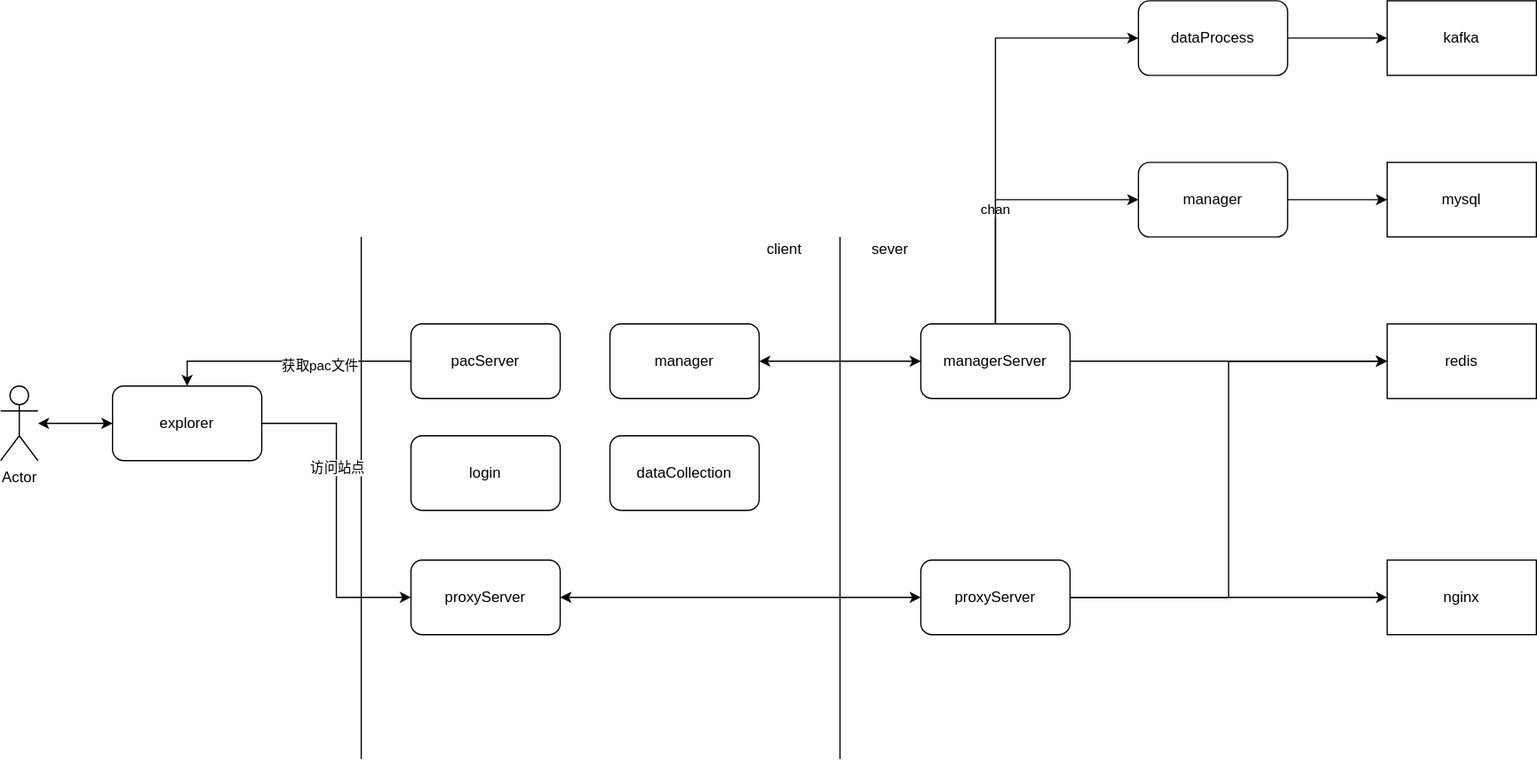
This is tc_逻辑架构.svg from c17abab/diag_pics, a draw.io export, as it was before one commit. Source tidied: cells renumbered, new cells last; positions are measured from the earlier drawing's top-left corner, leaving out a move shared by most shapes.
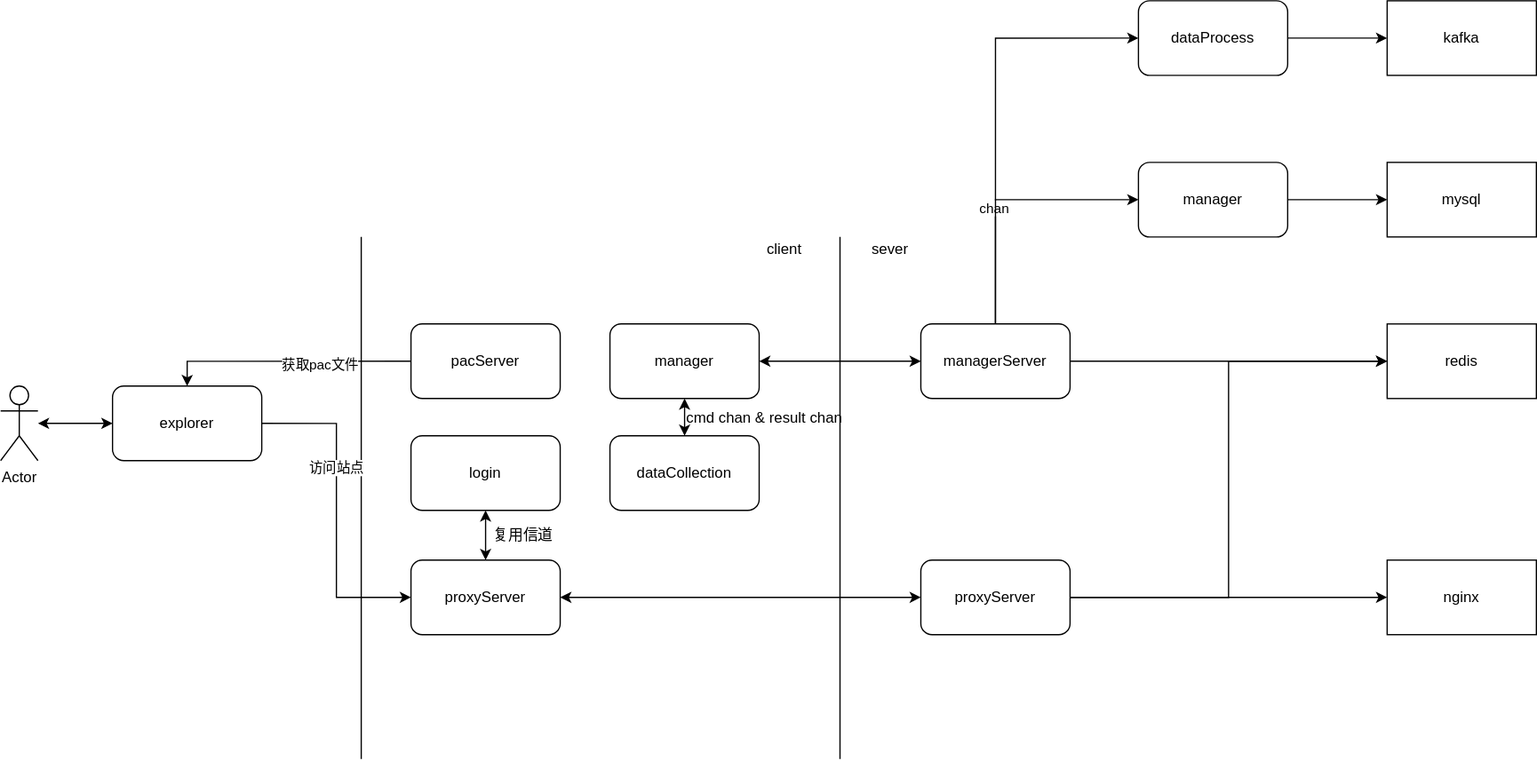
The same file after the commit.

Commit message:
更新tc_逻辑架构.svg

Diff of the diagram source:
```diff
@@ -80,6 +80,9 @@
     <mxCell id="25" value="explorer" style="rounded=1;whiteSpace=wrap;html=1;" parent="1" vertex="1">
       <mxGeometry x="90" y="310" width="120" height="60" as="geometry" />
     </mxCell>
+    <mxCell id="36" style="edgeStyle=orthogonalEdgeStyle;rounded=0;jettySize=auto;html=1;startArrow=classic;startFill=1;" parent="1" edge="1" source="26" target="19">
+      <mxGeometry relative="1" as="geometry" />
+    </mxCell>
     <mxCell id="26" value="login" style="rounded=1;whiteSpace=wrap;html=1;" parent="1" vertex="1">
       <mxGeometry x="330" y="350" width="120" height="60" as="geometry" />
     </mxCell>
@@ -89,6 +92,9 @@
     <mxCell id="28" value="manager" style="rounded=1;whiteSpace=wrap;html=1;" parent="1" vertex="1">
       <mxGeometry x="490" y="260" width="120" height="60" as="geometry" />
     </mxCell>
+    <mxCell id="37" style="edgeStyle=orthogonalEdgeStyle;rounded=0;jettySize=auto;html=1;startArrow=classic;startFill=1;" parent="1" edge="1" source="29" target="28">
+      <mxGeometry relative="1" as="geometry" />
+    </mxCell>
     <mxCell id="29" value="dataCollection" style="rounded=1;whiteSpace=wrap;html=1;" parent="1" vertex="1">
       <mxGeometry x="490" y="350" width="120" height="60" as="geometry" />
     </mxCell>
@@ -110,5 +116,11 @@
     <mxCell id="35" value="manager" style="rounded=1;whiteSpace=wrap;html=1;" parent="1" vertex="1">
       <mxGeometry x="915" y="130" width="120" height="60" as="geometry" />
     </mxCell>
+    <mxCell id="38" value="复用信道" style="text;html=1;align=center;verticalAlign=middle;fillColor=none;strokeColor=none;rounded=0;" parent="1" vertex="1">
+      <mxGeometry x="390" y="420" width="60" height="20" as="geometry" />
+    </mxCell>
+    <mxCell id="39" value="cmd chan &amp;amp; result chan" style="text;html=1;align=center;verticalAlign=middle;fillColor=none;strokeColor=none;rounded=0;" parent="1" vertex="1">
+      <mxGeometry x="544" y="326" width="140" height="20" as="geometry" />
+    </mxCell>
   </root>
 </mxGraphModel>
```
